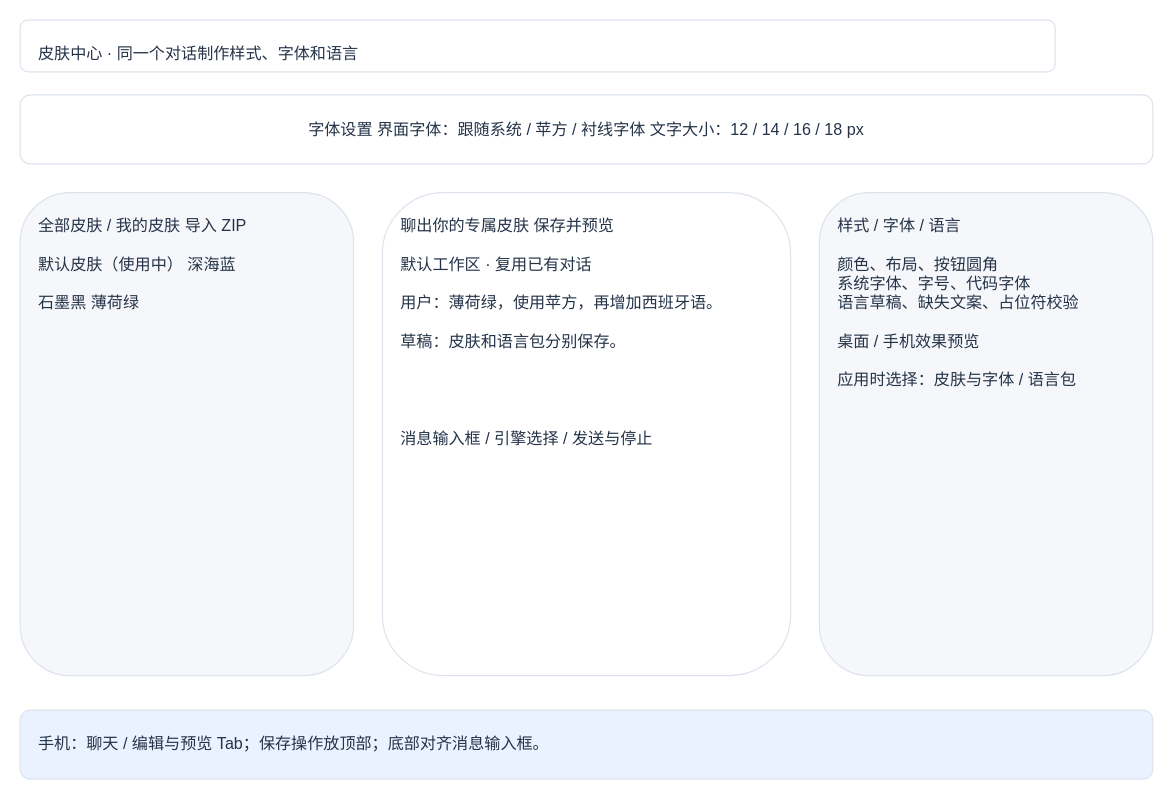
Before: plans/prototypes/skin-center-v2.drawio in xzregg/workstep, a draw.io diagram. Source tidied: cells renumbered, new cells numbered last; positions are measured from the earlier drawing's top-left corner, leaving out a move shared by most shapes. Both pictures are drawn from the tidied source at 115%, with x=0, y=0 at pixel (20, 20).
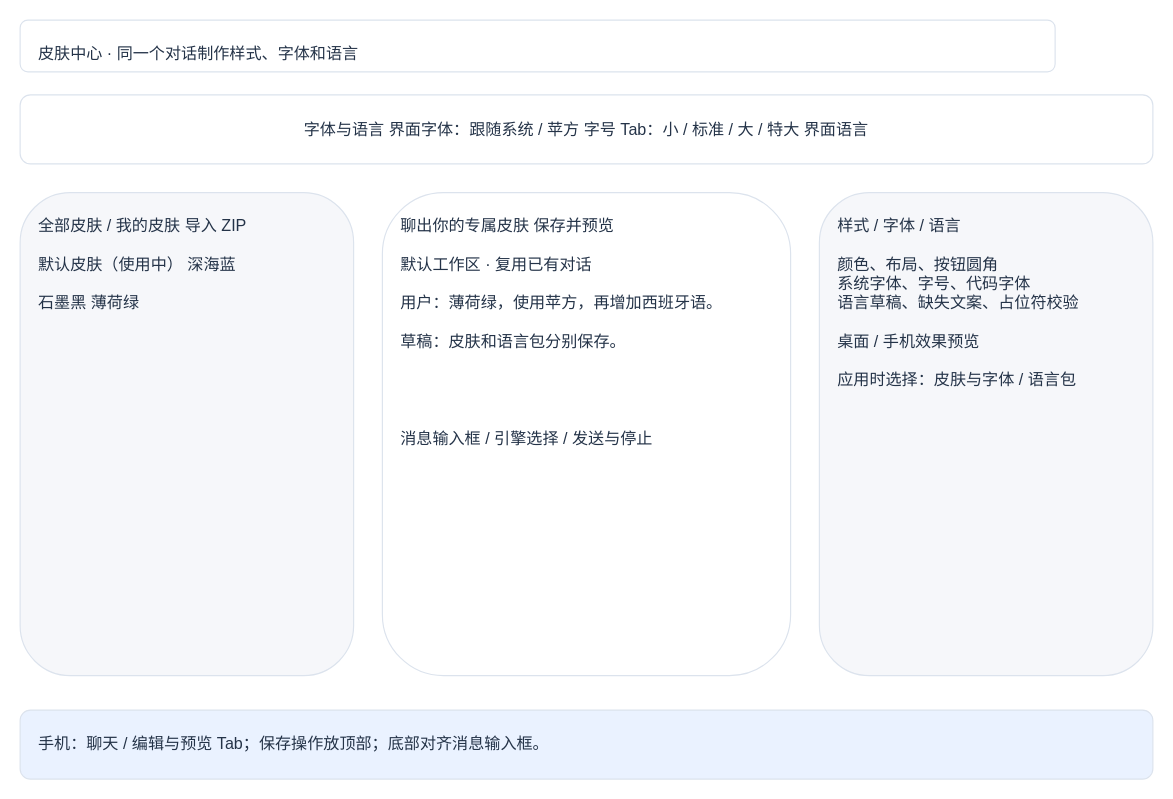
After the change.

Commit message (it also covers changes not shown here):
docs: retain font size tabs and move language above skin library

What changed in the source:
```diff
@@
 <mxGraphModel>
   <root>
     <mxCell id="0" />
     <mxCell id="1" parent="0" />
     <mxCell id="2" value="皮肤中心 · 同一个对话制作样式、字体和语言" style="rounded=1;whiteSpace=wrap;html=0;fillColor=#ffffff;strokeColor=#dce3ed;fontColor=#243348;fontSize=14;align=left;verticalAlign=top;spacing=16;" parent="1" vertex="1">
       <mxGeometry width="900" height="45" as="geometry" />
     </mxCell>
     <mxCell id="3" value="全部皮肤 / 我的皮肤    导入 ZIP&#10;&#10;默认皮肤（使用中）    深海蓝&#10;&#10;石墨黑                       薄荷绿" style="rounded=1;whiteSpace=wrap;html=0;fillColor=#f6f7fa;strokeColor=#dce3ed;fontColor=#243348;fontSize=14;align=left;verticalAlign=top;spacing=16;" parent="1" vertex="1">
       <mxGeometry y="150" width="290" height="420" as="geometry" />
     </mxCell>
     <mxCell id="4" value="聊出你的专属皮肤                         保存并预览&#10;&#10;默认工作区 · 复用已有对话&#10;&#10;用户：薄荷绿，使用苹方，再增加西班牙语。&#10;&#10;草稿：皮肤和语言包分别保存。&#10;&#10;&#10;&#10;&#10;消息输入框 / 引擎选择 / 发送与停止" style="rounded=1;whiteSpace=wrap;html=0;fillColor=#ffffff;strokeColor=#dce3ed;fontColor=#243348;fontSize=14;align=left;verticalAlign=top;spacing=16;" parent="1" vertex="1">
       <mxGeometry x="315" y="150" width="355" height="420" as="geometry" />
     </mxCell>
     <mxCell id="5" value="样式 / 字体 / 语言&#10;&#10;颜色、布局、按钮圆角&#10;系统字体、字号、代码字体&#10;语言草稿、缺失文案、占位符校验&#10;&#10;桌面 / 手机效果预览&#10;&#10;应用时选择：皮肤与字体 / 语言包" style="rounded=1;whiteSpace=wrap;html=0;fillColor=#f6f7fa;strokeColor=#dce3ed;fontColor=#243348;fontSize=14;align=left;verticalAlign=top;spacing=16;" parent="1" vertex="1">
       <mxGeometry x="695" y="150" width="290" height="420" as="geometry" />
     </mxCell>
     <mxCell id="6" value="手机：聊天 / 编辑与预览 Tab；保存操作放顶部；底部对齐消息输入框。" style="rounded=1;whiteSpace=wrap;html=0;fillColor=#eaf2ff;strokeColor=#dce3ed;fontColor=#243348;fontSize=14;align=left;verticalAlign=top;spacing=16;" parent="1" vertex="1">
       <mxGeometry y="600" width="985" height="60" as="geometry" />
     </mxCell>
-    <mxCell id="7" value="字体设置    界面字体：跟随系统 / 苹方 / 衬线字体    文字大小：12 / 14 / 16 / 18 px" style="rounded=1;whiteSpace=wrap;html=0;fillColor=#ffffff;strokeColor=#dce3ed;fontColor=#243348;fontSize=14;" parent="1" vertex="1">
+    <mxCell id="7" value="字体与语言    界面字体：跟随系统 / 苹方    字号 Tab：小 / 标准 / 大 / 特大    界面语言" style="rounded=1;whiteSpace=wrap;html=0;fillColor=#ffffff;strokeColor=#dce3ed;fontColor=#243348;fontSize=14;" parent="1" vertex="1">
       <mxGeometry y="65" width="985" height="60" as="geometry" />
     </mxCell>
   </root>
 </mxGraphModel>
```
